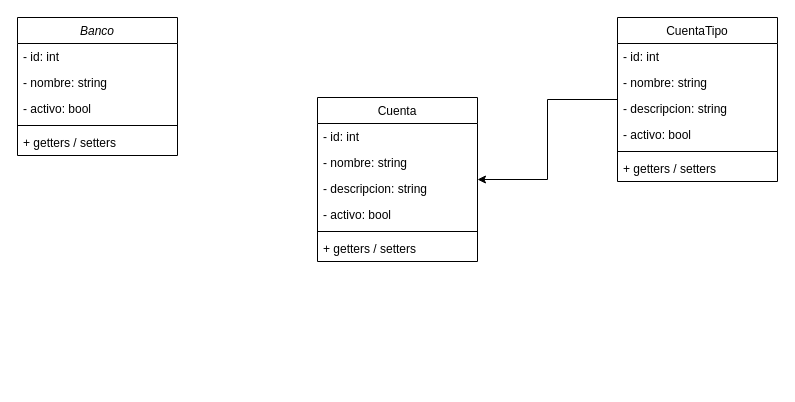
This is Modulo02/EjercicioBanco-Clases/Diagrama sin título.drawio from sebastiancabezasrios/umayor-progra2-2023-1-publico, a draw.io file, before an edit. Source tidied: cells renumbered, new cells numbered last; positions are measured from the earlier drawing's top-left corner, leaving out a move shared by most shapes. Both pictures are drawn from the tidied source at 100%, with x=0, y=0 at pixel (17, 17).
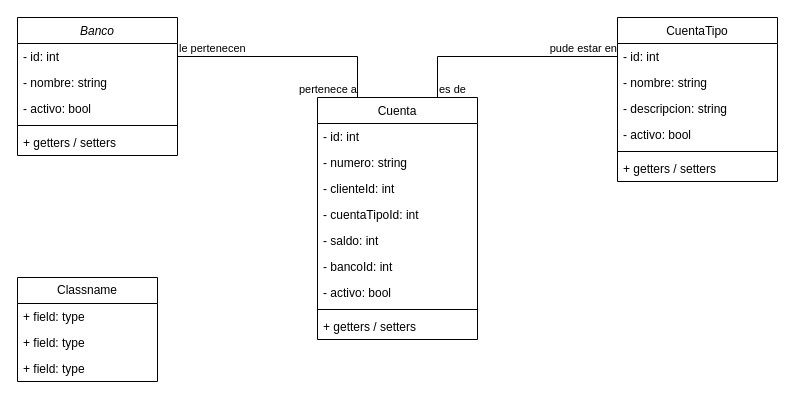
The same diagram, later.

Unchanged cells that the change refers to:
```xml
<mxCell id="3" value="- id: int" style="text;align=left;verticalAlign=top;spacingLeft=4;spacingRight=4;overflow=hidden;points=[[0,0.5],[1,0.5]];portConstraint=eastwest;" parent="2" vertex="1">
  <mxGeometry y="26" width="160" height="26" as="geometry" />
</mxCell>
<mxCell id="9" value="CuentaTipo" style="swimlane;fontStyle=0;align=center;verticalAlign=top;horizontal=1;startSize=26;rounded=0;shadow=0;strokeWidth=1;" parent="1" vertex="1">
  <mxGeometry x="600" width="160" height="164" as="geometry" />
</mxCell>
<mxCell id="10" value="- id: int" style="text;align=left;verticalAlign=top;spacingLeft=4;spacingRight=4;overflow=hidden;points=[[0,0.5],[1,0.5]];portConstraint=eastwest;" parent="9" vertex="1">
  <mxGeometry y="26" width="160" height="26" as="geometry" />
</mxCell>
```

The edit, as a diff of the source:
```diff
@@
-    <mxCell id="8" style="edgeStyle=orthogonalEdgeStyle;rounded=0;jettySize=auto;html=1;" parent="1" edge="1" source="9" target="16">
-      <mxGeometry relative="1" as="geometry" />
-    </mxCell>
@@
     <mxCell id="16" value="Cuenta" style="swimlane;fontStyle=0;align=center;verticalAlign=top;horizontal=1;startSize=26;rounded=0;shadow=0;strokeWidth=1;" parent="1" vertex="1">
-      <mxGeometry x="300" y="80" width="160" height="164" as="geometry" />
+      <mxGeometry x="300" y="80" width="160" height="242" as="geometry" />
     </mxCell>
@@
-    <mxCell id="18" value="- nombre: string" style="text;align=left;verticalAlign=top;spacingLeft=4;spacingRight=4;overflow=hidden;rounded=0;shadow=0;html=0;" parent="16" vertex="1">
+    <mxCell id="18" value="- numero: string" style="text;align=left;verticalAlign=top;spacingLeft=4;spacingRight=4;overflow=hidden;rounded=0;shadow=0;html=0;" parent="16" vertex="1">
       <mxGeometry y="52" width="160" height="26" as="geometry" />
     </mxCell>
-    <mxCell id="19" value="- descripcion: string" style="text;align=left;verticalAlign=top;spacingLeft=4;spacingRight=4;overflow=hidden;rounded=0;shadow=0;html=0;" parent="16" vertex="1">
+    <mxCell id="19" value="- clienteId: int" style="text;align=left;verticalAlign=top;spacingLeft=4;spacingRight=4;overflow=hidden;rounded=0;shadow=0;html=0;" parent="16" vertex="1">
       <mxGeometry y="78" width="160" height="26" as="geometry" />
     </mxCell>
+    <mxCell id="23" value="- cuentaTipoId: int" style="text;align=left;verticalAlign=top;spacingLeft=4;spacingRight=4;overflow=hidden;rounded=0;shadow=0;html=0;" parent="16" vertex="1">
+      <mxGeometry y="104" width="160" height="26" as="geometry" />
+    </mxCell>
+    <mxCell id="24" value="- saldo: int" style="text;align=left;verticalAlign=top;spacingLeft=4;spacingRight=4;overflow=hidden;rounded=0;shadow=0;html=0;" parent="16" vertex="1">
+      <mxGeometry y="130" width="160" height="26" as="geometry" />
+    </mxCell>
+    <mxCell id="25" value="- bancoId: int" style="text;align=left;verticalAlign=top;spacingLeft=4;spacingRight=4;overflow=hidden;rounded=0;shadow=0;html=0;" parent="16" vertex="1">
+      <mxGeometry y="156" width="160" height="26" as="geometry" />
+    </mxCell>
     <mxCell id="20" value="- activo: bool" style="text;align=left;verticalAlign=top;spacingLeft=4;spacingRight=4;overflow=hidden;rounded=0;shadow=0;html=0;" parent="16" vertex="1">
-      <mxGeometry y="104" width="160" height="26" as="geometry" />
+      <mxGeometry y="182" width="160" height="26" as="geometry" />
     </mxCell>
     <mxCell id="21" style="line;html=1;strokeWidth=1;align=left;verticalAlign=middle;spacingTop=-1;spacingLeft=3;spacingRight=3;labelPosition=right;" parent="16" vertex="1">
-      <mxGeometry y="130" width="160" height="8" as="geometry" />
+      <mxGeometry y="208" width="160" height="8" as="geometry" />
     </mxCell>
     <mxCell id="22" value="+ getters / setters" style="text;align=left;verticalAlign=top;spacingLeft=4;spacingRight=4;overflow=hidden;" parent="16" vertex="1">
-      <mxGeometry y="138" width="160" height="26" as="geometry" />
+      <mxGeometry y="216" width="160" height="26" as="geometry" />
     </mxCell>
+    <mxCell id="26" style="endArrow=none;html=1;edgeStyle=orthogonalEdgeStyle;rounded=0;exitX=1;exitY=0.5;exitDx=0;exitDy=0;entryX=0.25;entryY=0;entryDx=0;entryDy=0;" parent="1" edge="1" source="3" target="16">
+      <mxGeometry relative="1" as="geometry" />
+    </mxCell>
+    <mxCell id="27" value="le pertenecen" style="edgeLabel;html=1;align=left;verticalAlign=bottom;" parent="26" vertex="1">
+      <mxGeometry x="-1" relative="1" as="geometry" />
+    </mxCell>
+    <mxCell id="28" value="pertenece a" style="edgeLabel;html=1;align=right;verticalAlign=bottom;" parent="26" vertex="1">
+      <mxGeometry x="1" relative="1" as="geometry" />
+    </mxCell>
+    <mxCell id="29" style="endArrow=none;html=1;edgeStyle=orthogonalEdgeStyle;rounded=0;exitX=0.75;exitY=0;exitDx=0;exitDy=0;entryX=0;entryY=0.5;entryDx=0;entryDy=0;" parent="1" edge="1" source="16" target="10">
+      <mxGeometry relative="1" as="geometry" />
+    </mxCell>
+    <mxCell id="30" value="es de" style="edgeLabel;html=1;align=left;verticalAlign=bottom;" parent="29" vertex="1">
+      <mxGeometry x="-1" relative="1" as="geometry" />
+    </mxCell>
+    <mxCell id="31" value="pude estar en" style="edgeLabel;html=1;align=right;verticalAlign=bottom;" parent="29" vertex="1">
+      <mxGeometry x="1" relative="1" as="geometry" />
+    </mxCell>
+    <mxCell id="32" value="Classname" style="swimlane;fontStyle=0;horizontal=1;startSize=26;fillColor=none;whiteSpace=wrap;html=1;" parent="1" vertex="1">
+      <mxGeometry y="260" width="140" height="104" as="geometry" />
+    </mxCell>
+    <mxCell id="33" value="+ field: type" style="text;strokeColor=none;fillColor=none;align=left;verticalAlign=top;spacingLeft=4;spacingRight=4;overflow=hidden;whiteSpace=wrap;html=1;" parent="32" vertex="1">
+      <mxGeometry y="26" width="140" height="26" as="geometry" />
+    </mxCell>
+    <mxCell id="34" value="+ field: type" style="text;strokeColor=none;fillColor=none;align=left;verticalAlign=top;spacingLeft=4;spacingRight=4;overflow=hidden;whiteSpace=wrap;html=1;" parent="32" vertex="1">
+      <mxGeometry y="52" width="140" height="26" as="geometry" />
+    </mxCell>
+    <mxCell id="35" value="+ field: type" style="text;strokeColor=none;fillColor=none;align=left;verticalAlign=top;spacingLeft=4;spacingRight=4;overflow=hidden;whiteSpace=wrap;html=1;" parent="32" vertex="1">
+      <mxGeometry y="78" width="140" height="26" as="geometry" />
+    </mxCell>
```
